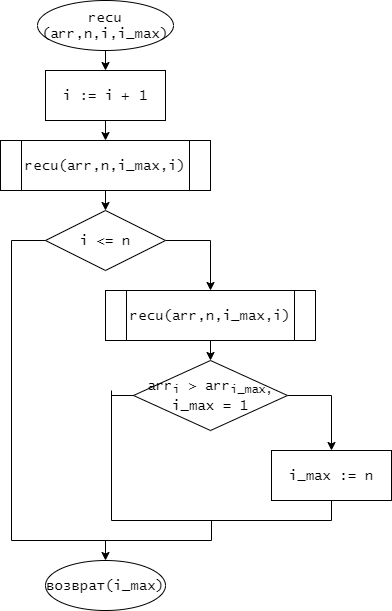
Before: лр7/recu.png, a diagram exported from draw.io (Aprokun/-). Source tidied: cells renumbered, new cells last; positions are measured from the earlier drawing's top-left corner, leaving out a move shared by most shapes. The source it was exported from:
```xml
<mxGraphModel>
  <root>
    <mxCell id="0" />
    <mxCell id="1" parent="0" />
    <mxCell id="2" style="edgeStyle=orthogonalEdgeStyle;rounded=0;jettySize=auto;html=1;exitX=0.5;exitY=1;exitDx=0;exitDy=0;entryX=0.5;entryY=0;entryDx=0;entryDy=0;fontFamily=Lucida Console;fontSize=14;" parent="1" edge="1" source="3" target="5">
      <mxGeometry relative="1" as="geometry" />
    </mxCell>
    <mxCell id="3" value="recu&lt;br&gt;(arr,n,i,i_max)" style="ellipse;whiteSpace=wrap;html=1;fontSize=14;fontFamily=Lucida Console;" parent="1" vertex="1">
      <mxGeometry x="37" width="136" height="50" as="geometry" />
    </mxCell>
    <mxCell id="4" style="edgeStyle=orthogonalEdgeStyle;rounded=0;jettySize=auto;html=1;exitX=0.5;exitY=1;exitDx=0;exitDy=0;entryX=0.5;entryY=0;entryDx=0;entryDy=0;fontFamily=Lucida Console;fontSize=14;" parent="1" edge="1" source="5" target="9">
      <mxGeometry relative="1" as="geometry" />
    </mxCell>
    <mxCell id="5" value="i := i + 1" style="rounded=0;whiteSpace=wrap;html=1;fontFamily=Lucida Console;fontSize=14;" parent="1" vertex="1">
      <mxGeometry x="45" y="70" width="120" height="50" as="geometry" />
    </mxCell>
    <mxCell id="6" style="edgeStyle=orthogonalEdgeStyle;rounded=0;jettySize=auto;html=1;exitX=1;exitY=0.5;exitDx=0;exitDy=0;entryX=0.5;entryY=0;entryDx=0;entryDy=0;" parent="1" edge="1" source="7" target="11">
      <mxGeometry relative="1" as="geometry" />
    </mxCell>
    <mxCell id="7" value="i &amp;lt;= n" style="rhombus;whiteSpace=wrap;html=1;fontFamily=Lucida Console;fontSize=14;" parent="1" vertex="1">
      <mxGeometry x="45" y="210" width="120" height="60" as="geometry" />
    </mxCell>
    <mxCell id="8" style="edgeStyle=orthogonalEdgeStyle;rounded=0;jettySize=auto;html=1;exitX=0.5;exitY=1;exitDx=0;exitDy=0;entryX=0.5;entryY=0;entryDx=0;entryDy=0;fontFamily=Lucida Console;fontSize=14;" parent="1" edge="1" source="9" target="7">
      <mxGeometry relative="1" as="geometry" />
    </mxCell>
    <mxCell id="9" value="recu(arr,n,i_max,i)" style="shape=process;whiteSpace=wrap;html=1;backgroundOutline=1;fontFamily=Lucida Console;fontSize=14;" parent="1" vertex="1">
      <mxGeometry y="140" width="210" height="50" as="geometry" />
    </mxCell>
    <mxCell id="10" style="edgeStyle=orthogonalEdgeStyle;rounded=0;jettySize=auto;html=1;exitX=0.5;exitY=1;exitDx=0;exitDy=0;entryX=0.5;entryY=0;entryDx=0;entryDy=0;" parent="1" edge="1" source="11" target="13">
      <mxGeometry relative="1" as="geometry" />
    </mxCell>
    <mxCell id="11" value="recu(arr,n,i_max,i)" style="shape=process;whiteSpace=wrap;html=1;backgroundOutline=1;fontFamily=Lucida Console;fontSize=14;" parent="1" vertex="1">
      <mxGeometry x="105" y="290" width="210" height="50" as="geometry" />
    </mxCell>
    <mxCell id="12" style="edgeStyle=orthogonalEdgeStyle;rounded=0;jettySize=auto;html=1;exitX=1;exitY=0.5;exitDx=0;exitDy=0;entryX=0.5;entryY=0;entryDx=0;entryDy=0;" parent="1" edge="1" source="13" target="14">
      <mxGeometry relative="1" as="geometry" />
    </mxCell>
    <mxCell id="13" value="&lt;font face=&quot;Lucida Console&quot; style=&quot;font-size: 14px&quot;&gt;arr&lt;sub&gt;i&lt;/sub&gt;&amp;nbsp;&amp;gt; arr&lt;sub&gt;i_max,&lt;br style=&quot;font-size: 14px&quot;&gt;&lt;/sub&gt;i_max = 1&lt;/font&gt;" style="rhombus;whiteSpace=wrap;html=1;" parent="1" vertex="1">
      <mxGeometry x="133" y="360" width="154" height="70" as="geometry" />
    </mxCell>
    <mxCell id="14" value="&lt;font style=&quot;font-size: 14px&quot; face=&quot;Lucida Console&quot;&gt;i_max := n&lt;/font&gt;" style="rounded=0;whiteSpace=wrap;html=1;" parent="1" vertex="1">
      <mxGeometry x="271" y="450" width="120" height="50" as="geometry" />
    </mxCell>
    <mxCell id="15" style="endArrow=none;html=1;entryX=0;entryY=0.5;entryDx=0;entryDy=0;" parent="1" edge="1" target="13">
      <mxGeometry relative="1" as="geometry">
        <mxPoint x="111" y="395" as="sourcePoint" />
      </mxGeometry>
    </mxCell>
    <mxCell id="16" style="endArrow=none;html=1;" parent="1" edge="1">
      <mxGeometry relative="1" as="geometry">
        <mxPoint x="111" y="520" as="sourcePoint" />
        <mxPoint x="111" y="390" as="targetPoint" />
      </mxGeometry>
    </mxCell>
    <mxCell id="17" style="endArrow=none;html=1;entryX=0.5;entryY=1;entryDx=0;entryDy=0;" parent="1" edge="1" target="14">
      <mxGeometry relative="1" as="geometry">
        <mxPoint x="331" y="520" as="sourcePoint" />
      </mxGeometry>
    </mxCell>
    <mxCell id="18" style="endArrow=none;html=1;" parent="1" edge="1">
      <mxGeometry relative="1" as="geometry">
        <mxPoint x="111" y="520" as="sourcePoint" />
        <mxPoint x="331" y="520" as="targetPoint" />
      </mxGeometry>
    </mxCell>
    <mxCell id="19" style="endArrow=none;html=1;entryX=0;entryY=0.5;entryDx=0;entryDy=0;" parent="1" edge="1" target="7">
      <mxGeometry relative="1" as="geometry">
        <mxPoint x="11" y="240" as="sourcePoint" />
      </mxGeometry>
    </mxCell>
    <mxCell id="20" style="endArrow=none;html=1;" parent="1" edge="1">
      <mxGeometry relative="1" as="geometry">
        <mxPoint x="11" y="540" as="sourcePoint" />
        <mxPoint x="11" y="240" as="targetPoint" />
      </mxGeometry>
    </mxCell>
    <mxCell id="21" style="endArrow=none;html=1;" parent="1" edge="1">
      <mxGeometry relative="1" as="geometry">
        <mxPoint x="211" y="540" as="sourcePoint" />
        <mxPoint x="211" y="520" as="targetPoint" />
      </mxGeometry>
    </mxCell>
    <mxCell id="22" style="endArrow=none;html=1;" parent="1" edge="1">
      <mxGeometry relative="1" as="geometry">
        <mxPoint x="11" y="540" as="sourcePoint" />
        <mxPoint x="211" y="540" as="targetPoint" />
      </mxGeometry>
    </mxCell>
    <mxCell id="23" value="&lt;font face=&quot;Lucida Console&quot; style=&quot;font-size: 14px&quot;&gt;возврат(i_max)&lt;/font&gt;" style="ellipse;whiteSpace=wrap;html=1;" parent="1" vertex="1">
      <mxGeometry x="45" y="560" width="120" height="50" as="geometry" />
    </mxCell>
    <mxCell id="24" style="endArrow=classic;html=1;entryX=0.5;entryY=0;entryDx=0;entryDy=0;" parent="1" edge="1" target="23">
      <mxGeometry relative="1" as="geometry">
        <mxPoint x="105" y="540" as="sourcePoint" />
      </mxGeometry>
    </mxCell>
  </root>
</mxGraphModel>
```
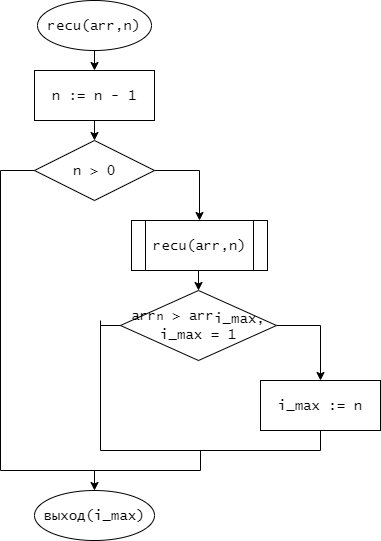
The same diagram one commit later.

The edit, as a diff of the source:
```diff
@@ -5,93 +5,89 @@
     <mxCell id="2" style="edgeStyle=orthogonalEdgeStyle;rounded=0;jettySize=auto;html=1;exitX=0.5;exitY=1;exitDx=0;exitDy=0;entryX=0.5;entryY=0;entryDx=0;entryDy=0;fontFamily=Lucida Console;fontSize=14;" parent="1" edge="1" source="3" target="5">
       <mxGeometry relative="1" as="geometry" />
     </mxCell>
-    <mxCell id="3" value="recu&lt;br&gt;(arr,n,i,i_max)" style="ellipse;whiteSpace=wrap;html=1;fontSize=14;fontFamily=Lucida Console;" parent="1" vertex="1">
-      <mxGeometry x="37" width="136" height="50" as="geometry" />
+    <mxCell id="3" value="recu(arr,n)" style="ellipse;whiteSpace=wrap;html=1;fontSize=14;fontFamily=Lucida Console;" parent="1" vertex="1">
+      <mxGeometry x="48" width="114" height="50" as="geometry" />
     </mxCell>
-    <mxCell id="4" style="edgeStyle=orthogonalEdgeStyle;rounded=0;jettySize=auto;html=1;exitX=0.5;exitY=1;exitDx=0;exitDy=0;entryX=0.5;entryY=0;entryDx=0;entryDy=0;fontFamily=Lucida Console;fontSize=14;" parent="1" edge="1" source="5" target="9">
-      <mxGeometry relative="1" as="geometry" />
+    <mxCell id="4" style="edgeStyle=orthogonalEdgeStyle;rounded=0;jettySize=auto;html=1;exitX=0.5;exitY=1;exitDx=0;exitDy=0;entryX=0.5;entryY=0;entryDx=0;entryDy=0;fontFamily=Lucida Console;fontSize=14;" parent="1" edge="1" source="5">
+      <mxGeometry relative="1" as="geometry">
+        <mxPoint x="105" y="140" as="targetPoint" />
+      </mxGeometry>
     </mxCell>
-    <mxCell id="5" value="i := i + 1" style="rounded=0;whiteSpace=wrap;html=1;fontFamily=Lucida Console;fontSize=14;" parent="1" vertex="1">
+    <mxCell id="5" value="n := n - 1" style="rounded=0;whiteSpace=wrap;html=1;fontFamily=Lucida Console;fontSize=14;" parent="1" vertex="1">
       <mxGeometry x="45" y="70" width="120" height="50" as="geometry" />
     </mxCell>
     <mxCell id="6" style="edgeStyle=orthogonalEdgeStyle;rounded=0;jettySize=auto;html=1;exitX=1;exitY=0.5;exitDx=0;exitDy=0;entryX=0.5;entryY=0;entryDx=0;entryDy=0;" parent="1" edge="1" source="7" target="11">
       <mxGeometry relative="1" as="geometry" />
     </mxCell>
-    <mxCell id="7" value="i &amp;lt;= n" style="rhombus;whiteSpace=wrap;html=1;fontFamily=Lucida Console;fontSize=14;" parent="1" vertex="1">
-      <mxGeometry x="45" y="210" width="120" height="60" as="geometry" />
+    <mxCell id="7" value="n &amp;gt; 0" style="rhombus;whiteSpace=wrap;html=1;fontFamily=Lucida Console;fontSize=14;" parent="1" vertex="1">
+      <mxGeometry x="45" y="140" width="120" height="60" as="geometry" />
     </mxCell>
-    <mxCell id="8" style="edgeStyle=orthogonalEdgeStyle;rounded=0;jettySize=auto;html=1;exitX=0.5;exitY=1;exitDx=0;exitDy=0;entryX=0.5;entryY=0;entryDx=0;entryDy=0;fontFamily=Lucida Console;fontSize=14;" parent="1" edge="1" source="9" target="7">
-      <mxGeometry relative="1" as="geometry" />
-    </mxCell>
-    <mxCell id="9" value="recu(arr,n,i_max,i)" style="shape=process;whiteSpace=wrap;html=1;backgroundOutline=1;fontFamily=Lucida Console;fontSize=14;" parent="1" vertex="1">
-      <mxGeometry y="140" width="210" height="50" as="geometry" />
-    </mxCell>
     <mxCell id="10" style="edgeStyle=orthogonalEdgeStyle;rounded=0;jettySize=auto;html=1;exitX=0.5;exitY=1;exitDx=0;exitDy=0;entryX=0.5;entryY=0;entryDx=0;entryDy=0;" parent="1" edge="1" source="11" target="13">
       <mxGeometry relative="1" as="geometry" />
     </mxCell>
-    <mxCell id="11" value="recu(arr,n,i_max,i)" style="shape=process;whiteSpace=wrap;html=1;backgroundOutline=1;fontFamily=Lucida Console;fontSize=14;" parent="1" vertex="1">
-      <mxGeometry x="105" y="290" width="210" height="50" as="geometry" />
+    <mxCell id="11" value="recu(arr,n)" style="shape=process;whiteSpace=wrap;html=1;backgroundOutline=1;fontFamily=Lucida Console;fontSize=14;" parent="1" vertex="1">
+      <mxGeometry x="142" y="220" width="136" height="50" as="geometry" />
     </mxCell>
     <mxCell id="12" style="edgeStyle=orthogonalEdgeStyle;rounded=0;jettySize=auto;html=1;exitX=1;exitY=0.5;exitDx=0;exitDy=0;entryX=0.5;entryY=0;entryDx=0;entryDy=0;" parent="1" edge="1" source="13" target="14">
       <mxGeometry relative="1" as="geometry" />
     </mxCell>
-    <mxCell id="13" value="&lt;font face=&quot;Lucida Console&quot; style=&quot;font-size: 14px&quot;&gt;arr&lt;sub&gt;i&lt;/sub&gt;&amp;nbsp;&amp;gt; arr&lt;sub&gt;i_max,&lt;br style=&quot;font-size: 14px&quot;&gt;&lt;/sub&gt;i_max = 1&lt;/font&gt;" style="rhombus;whiteSpace=wrap;html=1;" parent="1" vertex="1">
-      <mxGeometry x="133" y="360" width="154" height="70" as="geometry" />
+    <mxCell id="13" value="&lt;font face=&quot;Lucida Console&quot; style=&quot;font-size: 14px&quot;&gt;arr&lt;/font&gt;&lt;font face=&quot;Lucida Console&quot;&gt;&lt;span style=&quot;font-size: 11.6667px&quot;&gt;n&lt;/span&gt;&lt;span style=&quot;font-size: 14px&quot;&gt;&amp;nbsp;&amp;gt; arr&lt;/span&gt;&lt;sub style=&quot;font-size: 14px&quot;&gt;i_max,&lt;br style=&quot;font-size: 14px&quot;&gt;&lt;/sub&gt;&lt;span style=&quot;font-size: 14px&quot;&gt;i_max = 1&lt;/span&gt;&lt;/font&gt;" style="rhombus;whiteSpace=wrap;html=1;" parent="1" vertex="1">
+      <mxGeometry x="131" y="290" width="156" height="70" as="geometry" />
     </mxCell>
     <mxCell id="14" value="&lt;font style=&quot;font-size: 14px&quot; face=&quot;Lucida Console&quot;&gt;i_max := n&lt;/font&gt;" style="rounded=0;whiteSpace=wrap;html=1;" parent="1" vertex="1">
-      <mxGeometry x="271" y="450" width="120" height="50" as="geometry" />
+      <mxGeometry x="271" y="380" width="120" height="50" as="geometry" />
     </mxCell>
     <mxCell id="15" style="endArrow=none;html=1;entryX=0;entryY=0.5;entryDx=0;entryDy=0;" parent="1" edge="1" target="13">
       <mxGeometry relative="1" as="geometry">
-        <mxPoint x="111" y="395" as="sourcePoint" />
+        <mxPoint x="111" y="325" as="sourcePoint" />
       </mxGeometry>
     </mxCell>
     <mxCell id="16" style="endArrow=none;html=1;" parent="1" edge="1">
       <mxGeometry relative="1" as="geometry">
-        <mxPoint x="111" y="520" as="sourcePoint" />
-        <mxPoint x="111" y="390" as="targetPoint" />
+        <mxPoint x="111" y="450" as="sourcePoint" />
+        <mxPoint x="111" y="320" as="targetPoint" />
       </mxGeometry>
     </mxCell>
     <mxCell id="17" style="endArrow=none;html=1;entryX=0.5;entryY=1;entryDx=0;entryDy=0;" parent="1" edge="1" target="14">
       <mxGeometry relative="1" as="geometry">
-        <mxPoint x="331" y="520" as="sourcePoint" />
+        <mxPoint x="331" y="450" as="sourcePoint" />
       </mxGeometry>
     </mxCell>
     <mxCell id="18" style="endArrow=none;html=1;" parent="1" edge="1">
       <mxGeometry relative="1" as="geometry">
-        <mxPoint x="111" y="520" as="sourcePoint" />
-        <mxPoint x="331" y="520" as="targetPoint" />
+        <mxPoint x="111" y="450" as="sourcePoint" />
+        <mxPoint x="331" y="450" as="targetPoint" />
       </mxGeometry>
     </mxCell>
     <mxCell id="19" style="endArrow=none;html=1;entryX=0;entryY=0.5;entryDx=0;entryDy=0;" parent="1" edge="1" target="7">
       <mxGeometry relative="1" as="geometry">
-        <mxPoint x="11" y="240" as="sourcePoint" />
+        <mxPoint x="11" y="170" as="sourcePoint" />
       </mxGeometry>
     </mxCell>
     <mxCell id="20" style="endArrow=none;html=1;" parent="1" edge="1">
       <mxGeometry relative="1" as="geometry">
-        <mxPoint x="11" y="540" as="sourcePoint" />
-        <mxPoint x="11" y="240" as="targetPoint" />
+        <mxPoint x="11" y="470" as="sourcePoint" />
+        <mxPoint x="11" y="170" as="targetPoint" />
       </mxGeometry>
     </mxCell>
     <mxCell id="21" style="endArrow=none;html=1;" parent="1" edge="1">
       <mxGeometry relative="1" as="geometry">
-        <mxPoint x="211" y="540" as="sourcePoint" />
-        <mxPoint x="211" y="520" as="targetPoint" />
+        <mxPoint x="211" y="470" as="sourcePoint" />
+        <mxPoint x="211" y="450" as="targetPoint" />
       </mxGeometry>
     </mxCell>
     <mxCell id="22" style="endArrow=none;html=1;" parent="1" edge="1">
       <mxGeometry relative="1" as="geometry">
-        <mxPoint x="11" y="540" as="sourcePoint" />
-        <mxPoint x="211" y="540" as="targetPoint" />
+        <mxPoint x="11" y="470" as="sourcePoint" />
+        <mxPoint x="211" y="470" as="targetPoint" />
       </mxGeometry>
     </mxCell>
-    <mxCell id="23" value="&lt;font face=&quot;Lucida Console&quot; style=&quot;font-size: 14px&quot;&gt;возврат(i_max)&lt;/font&gt;" style="ellipse;whiteSpace=wrap;html=1;" parent="1" vertex="1">
-      <mxGeometry x="45" y="560" width="120" height="50" as="geometry" />
+    <mxCell id="23" value="&lt;font face=&quot;Lucida Console&quot; style=&quot;font-size: 14px&quot;&gt;выход(i_max)&lt;/font&gt;" style="ellipse;whiteSpace=wrap;html=1;" parent="1" vertex="1">
+      <mxGeometry x="45" y="490" width="120" height="50" as="geometry" />
     </mxCell>
     <mxCell id="24" style="endArrow=classic;html=1;entryX=0.5;entryY=0;entryDx=0;entryDy=0;" parent="1" edge="1" target="23">
       <mxGeometry relative="1" as="geometry">
-        <mxPoint x="105" y="540" as="sourcePoint" />
+        <mxPoint x="105" y="470" as="sourcePoint" />
       </mxGeometry>
     </mxCell>
   </root>
```
